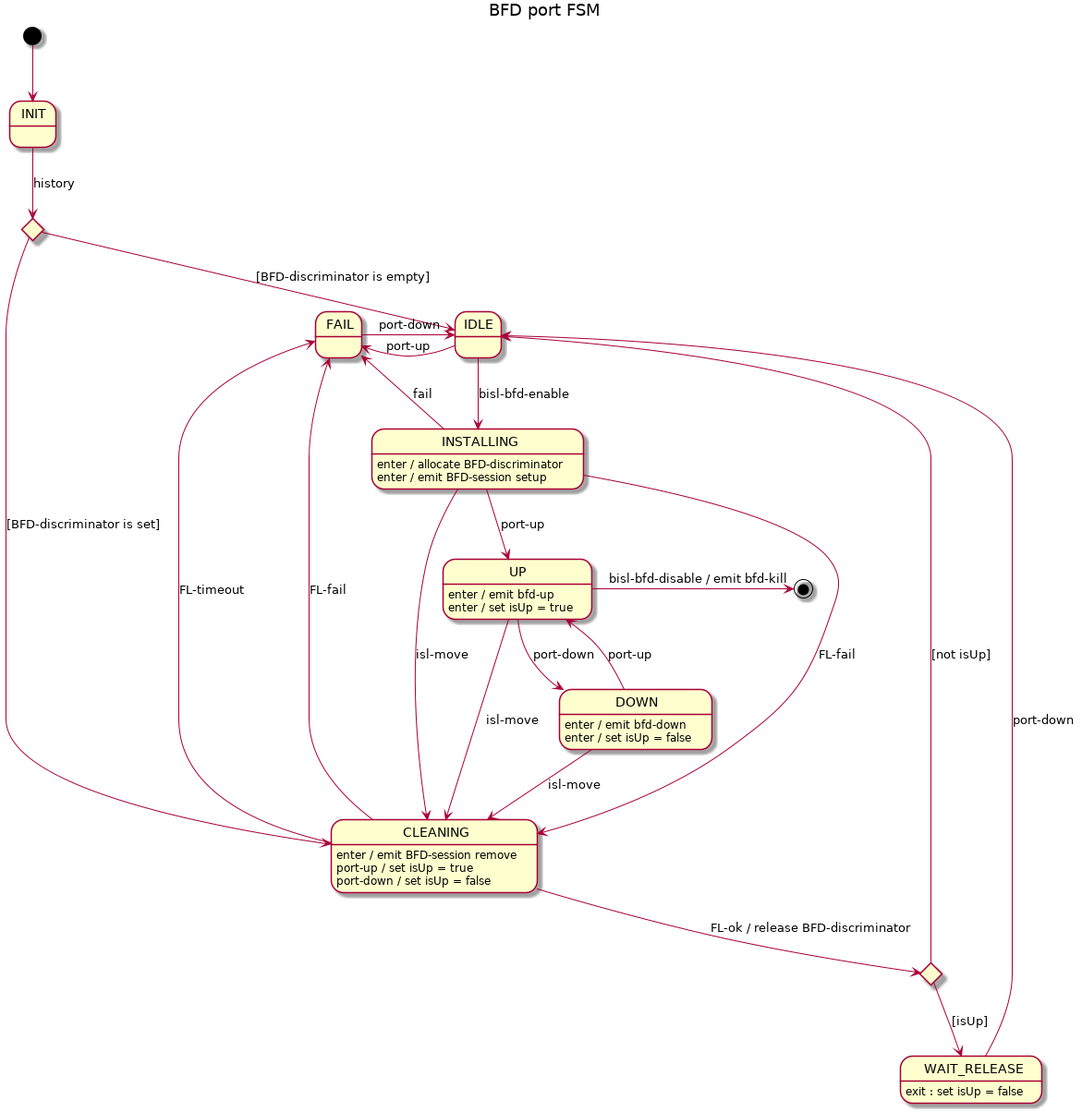
telstra/open-kilda keeps this PlantUML diagram as docs/design/network-discovery/ISL-FSM.png. Above is the earlier version.
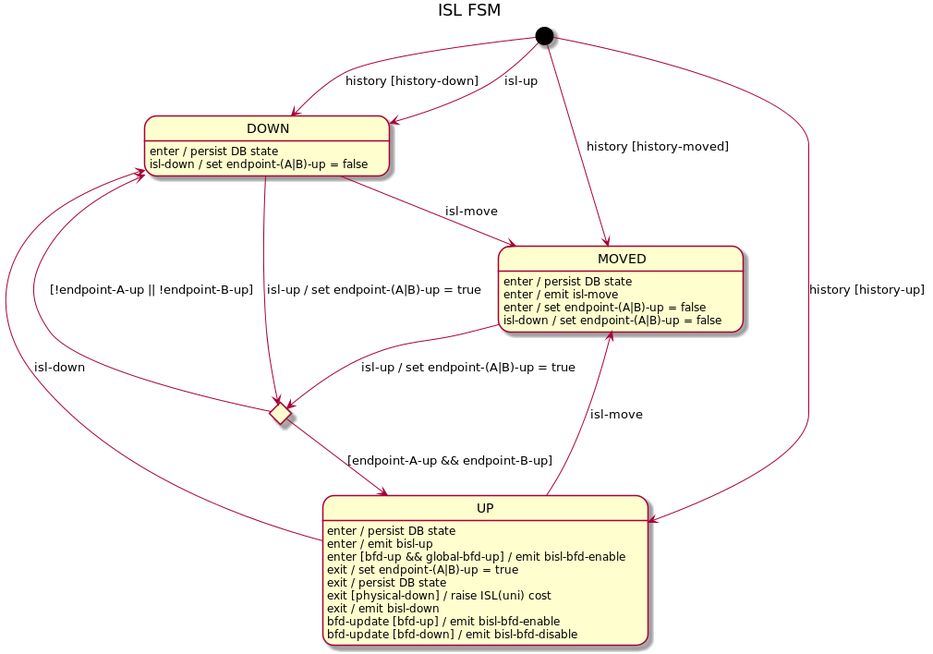
After the commit.

Diff of the diagram source:
```diff
@@ -1,50 +1,37 @@
 @startuml
-title BFD port FSM
+title ISL FSM
 
-[*] --> INIT
+[*] --> DOWN : history [history-down]
+[*] --> DOWN : isl-up
+[*] --> UP : history [history-up]
+[*] --> MOVED : history [history-moved]
 
-state initChoice <<choice>>
-INIT --> initChoice : history
+state upAttempt <<choice>>
 
-initChoice --> IDLE : [BFD-discriminator is empty]
-initChoice --> CLEANING : [BFD-discriminator is set]
+DOWN --> upAttempt : isl-up / set endpoint-(A|B)-up = true
+DOWN --> MOVED : isl-move
+DOWN : enter / persist DB state
+DOWN : isl-down / set endpoint-(A|B)-up = false
 
-IDLE --> INSTALLING : bisl-bfd-enable
-IDLE -l-> FAIL : port-up
+upAttempt --> UP : [endpoint-A-up && endpoint-B-up]
+upAttempt --> DOWN : [!endpoint-A-up || !endpoint-B-up]
 
-INSTALLING --> UP : port-up
-INSTALLING --> CLEANING : FL-fail
-INSTALLING --> CLEANING : isl-move
-INSTALLING --> FAIL : fail
-INSTALLING : enter / allocate BFD-discriminator
-INSTALLING : enter / emit BFD-session setup
+UP --> DOWN : isl-down
+UP --> MOVED : isl-move
+UP : enter / persist DB state
+UP : enter / emit bisl-up
+UP : enter [bfd-up && global-bfd-up] / emit bisl-bfd-enable
+UP : exit / set endpoint-(A|B)-up = true
+UP : exit / persist DB state
+UP : exit [physical-down] / raise ISL(uni) cost
+UP : exit / emit bisl-down
+UP : bfd-update [bfd-up] / emit bisl-bfd-enable
+UP : bfd-update [bfd-down] / emit bisl-bfd-disable
 
-state cleaningChoice <<choice>>
-
-CLEANING --> cleaningChoice : FL-ok / release BFD-discriminator
-CLEANING --> FAIL : FL-fail
-CLEANING --> FAIL : FL-timeout
-CLEANING : enter / emit BFD-session remove
-CLEANING : port-up / set isUp = true
-CLEANING : port-down / set isUp = false
-
-cleaningChoice --> IDLE : [not isUp]
-cleaningChoice --> WAIT_RELEASE : [isUp]
-
-WAIT_RELEASE --> IDLE : port-down
-WAIT_RELEASE : exit : set isUp = false
-
-UP --> DOWN : port-down
-UP --> CLEANING : isl-move
-UP -> [*] : bisl-bfd-disable / emit bfd-kill
-UP : enter / emit bfd-up
-UP : enter / set isUp = true
-
-DOWN --> UP : port-up
-DOWN --> CLEANING : isl-move
-DOWN : enter / emit bfd-down
-DOWN : enter / set isUp = false
-
-FAIL -r-> IDLE : port-down
+MOVED --> upAttempt : isl-up / set endpoint-(A|B)-up = true
+MOVED : enter / persist DB state
+MOVED : enter / emit isl-move
+MOVED : enter / set endpoint-(A|B)-up = false
+MOVED : isl-down / set endpoint-(A|B)-up = false
 
 @enduml
```
